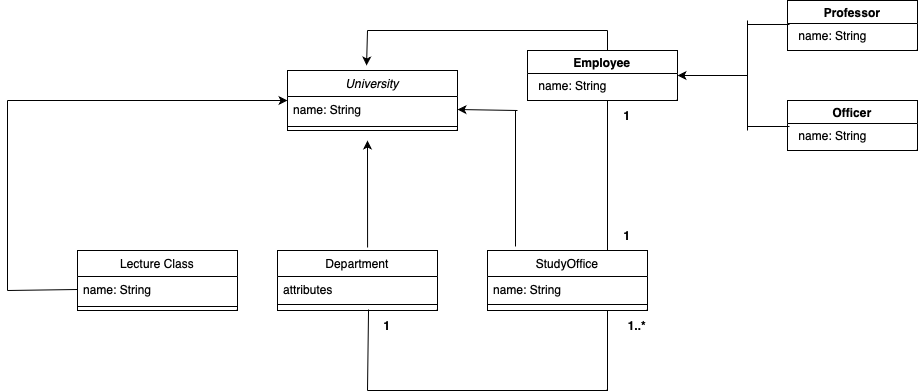
tugceozcakir/Java keeps this draw.io diagram as UniversityManagementSystem.drawio.png. Above is the earlier version. Source tidied: cells renumbered, new cells last; positions are measured from the earlier drawing's top-left corner, leaving out a move shared by most shapes.
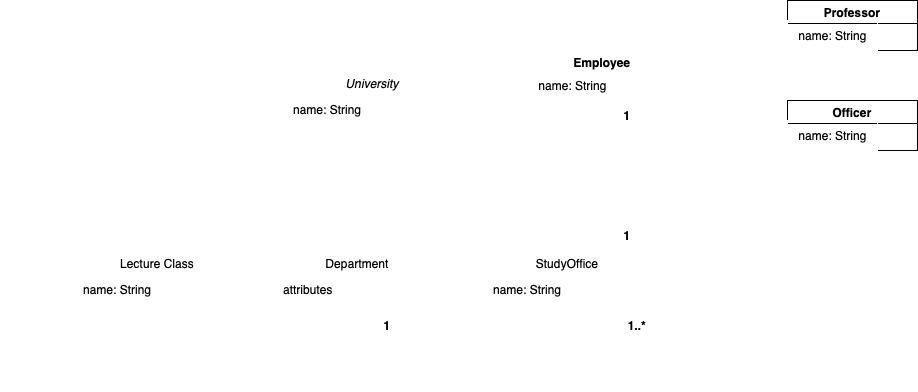
The same file after the commit.

Change to the diagram source:
```diff
@@ -2,54 +2,54 @@
   <root>
     <mxCell id="0" />
     <mxCell id="1" parent="0" />
-    <mxCell id="2" value="University" style="swimlane;fontStyle=2;align=center;verticalAlign=top;horizontal=1;startSize=26;rounded=0;shadow=0;strokeWidth=1;" parent="1" vertex="1">
+    <mxCell id="2" value="University" style="swimlane;fontStyle=2;align=center;verticalAlign=top;horizontal=1;startSize=26;rounded=0;shadow=0;strokeWidth=1;strokeColor=#FFFFFF;" parent="1" vertex="1">
       <mxGeometry x="280" y="70" width="170" height="60" as="geometry" />
     </mxCell>
-    <mxCell id="3" value="name: String" style="text;align=left;verticalAlign=top;spacingLeft=4;spacingRight=4;overflow=hidden;points=[[0,0.5],[1,0.5]];portConstraint=eastwest;" parent="2" vertex="1">
+    <mxCell id="3" value="name: String" style="text;align=left;verticalAlign=top;spacingLeft=4;spacingRight=4;overflow=hidden;points=[[0,0.5],[1,0.5]];portConstraint=eastwest;strokeColor=#FFFFFF;" parent="2" vertex="1">
       <mxGeometry y="26" width="170" height="26" as="geometry" />
     </mxCell>
-    <mxCell id="4" style="line;html=1;strokeWidth=1;align=left;verticalAlign=middle;spacingTop=-1;spacingLeft=3;spacingRight=3;labelPosition=right;" parent="2" vertex="1">
+    <mxCell id="4" style="line;html=1;strokeWidth=1;align=left;verticalAlign=middle;spacingTop=-1;spacingLeft=3;spacingRight=3;labelPosition=right;strokeColor=#FFFFFF;" parent="2" vertex="1">
       <mxGeometry y="52" width="170" height="8" as="geometry" />
     </mxCell>
-    <mxCell id="5" value="Department" style="swimlane;fontStyle=0;align=center;verticalAlign=top;horizontal=1;startSize=26;rounded=0;shadow=0;strokeWidth=1;" parent="1" vertex="1">
+    <mxCell id="5" value="Department" style="swimlane;fontStyle=0;align=center;verticalAlign=top;horizontal=1;startSize=26;rounded=0;shadow=0;strokeWidth=1;strokeColor=#FFFFFF;" parent="1" vertex="1">
       <mxGeometry x="270" y="250" width="160" height="60" as="geometry" />
     </mxCell>
-    <mxCell id="6" value="attributes" style="text;align=left;verticalAlign=top;spacingLeft=4;spacingRight=4;overflow=hidden;" parent="5" vertex="1">
+    <mxCell id="6" value="attributes" style="text;align=left;verticalAlign=top;spacingLeft=4;spacingRight=4;overflow=hidden;strokeColor=#FFFFFF;" parent="5" vertex="1">
       <mxGeometry y="26" width="160" height="24" as="geometry" />
     </mxCell>
-    <mxCell id="7" style="line;html=1;strokeWidth=1;align=left;verticalAlign=middle;spacingTop=-1;spacingLeft=3;spacingRight=3;labelPosition=right;points=[];portConstraint=eastwest;" parent="5" vertex="1">
+    <mxCell id="7" style="line;html=1;strokeWidth=1;align=left;verticalAlign=middle;spacingTop=-1;spacingLeft=3;spacingRight=3;labelPosition=right;points=[];portConstraint=eastwest;strokeColor=#FFFFFF;" parent="5" vertex="1">
       <mxGeometry y="50" width="160" height="8" as="geometry" />
     </mxCell>
-    <mxCell id="8" value="Lecture Class" style="swimlane;fontStyle=0;align=center;verticalAlign=top;horizontal=1;startSize=26;rounded=0;shadow=0;strokeWidth=1;" parent="1" vertex="1">
+    <mxCell id="8" value="Lecture Class" style="swimlane;fontStyle=0;align=center;verticalAlign=top;horizontal=1;startSize=26;rounded=0;shadow=0;strokeWidth=1;strokeColor=#FFFFFF;" parent="1" vertex="1">
       <mxGeometry x="70" y="250" width="160" height="60" as="geometry" />
     </mxCell>
-    <mxCell id="9" value="name: String" style="text;align=left;verticalAlign=top;spacingLeft=4;spacingRight=4;overflow=hidden;points=[[0,0.5],[1,0.5]];portConstraint=eastwest;" parent="8" vertex="1">
+    <mxCell id="9" value="name: String" style="text;align=left;verticalAlign=top;spacingLeft=4;spacingRight=4;overflow=hidden;points=[[0,0.5],[1,0.5]];portConstraint=eastwest;strokeColor=#FFFFFF;" parent="8" vertex="1">
       <mxGeometry y="26" width="160" height="26" as="geometry" />
     </mxCell>
-    <mxCell id="10" style="line;html=1;strokeWidth=1;align=left;verticalAlign=middle;spacingTop=-1;spacingLeft=3;spacingRight=3;labelPosition=right;" parent="8" vertex="1">
+    <mxCell id="10" style="line;html=1;strokeWidth=1;align=left;verticalAlign=middle;spacingTop=-1;spacingLeft=3;spacingRight=3;labelPosition=right;strokeColor=#FFFFFF;" parent="8" vertex="1">
       <mxGeometry y="52" width="160" height="8" as="geometry" />
     </mxCell>
-    <mxCell id="11" value="StudyOffice" style="swimlane;fontStyle=0;align=center;verticalAlign=top;horizontal=1;startSize=26;rounded=0;shadow=0;strokeWidth=1;" parent="1" vertex="1">
+    <mxCell id="11" value="StudyOffice" style="swimlane;fontStyle=0;align=center;verticalAlign=top;horizontal=1;startSize=26;rounded=0;shadow=0;strokeWidth=1;strokeColor=#FFFFFF;" parent="1" vertex="1">
       <mxGeometry x="480" y="250" width="160" height="60" as="geometry" />
     </mxCell>
-    <mxCell id="12" value="name: String" style="text;align=left;verticalAlign=top;spacingLeft=4;spacingRight=4;overflow=hidden;" parent="11" vertex="1">
+    <mxCell id="12" value="name: String" style="text;align=left;verticalAlign=top;spacingLeft=4;spacingRight=4;overflow=hidden;strokeColor=#FFFFFF;" parent="11" vertex="1">
       <mxGeometry y="26" width="160" height="24" as="geometry" />
     </mxCell>
-    <mxCell id="13" style="line;html=1;strokeWidth=1;align=left;verticalAlign=middle;spacingTop=-1;spacingLeft=3;spacingRight=3;labelPosition=right;" parent="11" vertex="1">
+    <mxCell id="13" style="line;html=1;strokeWidth=1;align=left;verticalAlign=middle;spacingTop=-1;spacingLeft=3;spacingRight=3;labelPosition=right;strokeColor=#FFFFFF;" parent="11" vertex="1">
       <mxGeometry y="50" width="160" height="8" as="geometry" />
     </mxCell>
-    <mxCell id="14" style="endArrow=none;html=1;rounded=0;" parent="1" edge="1">
+    <mxCell id="14" style="endArrow=none;html=1;rounded=0;strokeColor=#FFFFFF;" parent="1" edge="1">
       <mxGeometry relative="1" as="geometry">
         <mxPoint x="360" y="390" as="sourcePoint" />
         <mxPoint x="600" y="390" as="targetPoint" />
       </mxGeometry>
     </mxCell>
-    <mxCell id="15" style="endArrow=none;html=1;rounded=0;entryX=0.569;entryY=1.125;entryDx=0;entryDy=0;entryPerimeter=0;" parent="1" edge="1" target="7">
+    <mxCell id="15" style="endArrow=none;html=1;rounded=0;entryX=0.569;entryY=1.125;entryDx=0;entryDy=0;entryPerimeter=0;strokeColor=#FFFFFF;" parent="1" edge="1" target="7">
       <mxGeometry relative="1" as="geometry">
         <mxPoint x="360" y="390" as="sourcePoint" />
       </mxGeometry>
     </mxCell>
-    <mxCell id="16" style="endArrow=none;html=1;rounded=0;exitX=0.75;exitY=1;exitDx=0;exitDy=0;" parent="1" edge="1" source="11">
+    <mxCell id="16" style="endArrow=none;html=1;rounded=0;exitX=0.75;exitY=1;exitDx=0;exitDy=0;strokeColor=#FFFFFF;" parent="1" edge="1" source="11">
       <mxGeometry relative="1" as="geometry">
         <mxPoint x="500" y="390" as="targetPoint" />
         <Array as="points">
@@ -57,61 +57,61 @@
         </Array>
       </mxGeometry>
     </mxCell>
-    <mxCell id="17" style="endArrow=classic;html=1;rounded=0;exitX=0.563;exitY=-0.05;exitDx=0;exitDy=0;exitPerimeter=0;" parent="1" edge="1" source="5">
+    <mxCell id="17" style="endArrow=classic;html=1;rounded=0;exitX=0.563;exitY=-0.05;exitDx=0;exitDy=0;exitPerimeter=0;strokeColor=#FFFFFF;" parent="1" edge="1" source="5">
       <mxGeometry relative="1" as="geometry">
         <mxPoint x="360" y="140" as="targetPoint" />
       </mxGeometry>
     </mxCell>
-    <mxCell id="18" style="endArrow=none;html=1;rounded=0;exitX=0;exitY=0.5;exitDx=0;exitDy=0;" parent="1" edge="1" source="9">
+    <mxCell id="18" style="endArrow=none;html=1;rounded=0;exitX=0;exitY=0.5;exitDx=0;exitDy=0;strokeColor=#FFFFFF;" parent="1" edge="1" source="9">
       <mxGeometry relative="1" as="geometry">
         <mxPoint y="290" as="targetPoint" />
       </mxGeometry>
     </mxCell>
-    <mxCell id="19" style="endArrow=classic;html=1;rounded=0;entryX=0;entryY=0.5;entryDx=0;entryDy=0;" parent="1" edge="1" target="2">
+    <mxCell id="19" style="endArrow=classic;html=1;rounded=0;entryX=0;entryY=0.5;entryDx=0;entryDy=0;strokeColor=#FFFFFF;" parent="1" edge="1" target="2">
       <mxGeometry relative="1" as="geometry">
         <mxPoint y="100" as="sourcePoint" />
       </mxGeometry>
     </mxCell>
-    <mxCell id="20" style="endArrow=none;html=1;rounded=0;" parent="1" edge="1">
+    <mxCell id="20" style="endArrow=none;html=1;rounded=0;strokeColor=#FFFFFF;" parent="1" edge="1">
       <mxGeometry relative="1" as="geometry">
         <mxPoint y="290" as="sourcePoint" />
         <mxPoint y="100" as="targetPoint" />
       </mxGeometry>
     </mxCell>
-    <mxCell id="21" style="endArrow=none;html=1;rounded=0;exitX=0.175;exitY=-0.067;exitDx=0;exitDy=0;exitPerimeter=0;" parent="1" edge="1" source="11">
+    <mxCell id="21" style="endArrow=none;html=1;rounded=0;exitX=0.175;exitY=-0.067;exitDx=0;exitDy=0;exitPerimeter=0;strokeColor=#FFFFFF;" parent="1" edge="1" source="11">
       <mxGeometry relative="1" as="geometry">
         <mxPoint x="508" y="110" as="targetPoint" />
       </mxGeometry>
     </mxCell>
-    <mxCell id="22" style="endArrow=classic;html=1;rounded=0;entryX=1;entryY=0.5;entryDx=0;entryDy=0;" parent="1" edge="1" target="3">
+    <mxCell id="22" style="endArrow=classic;html=1;rounded=0;entryX=1;entryY=0.5;entryDx=0;entryDy=0;strokeColor=#FFFFFF;" parent="1" edge="1" target="3">
       <mxGeometry relative="1" as="geometry">
         <mxPoint x="510" y="110" as="sourcePoint" />
       </mxGeometry>
     </mxCell>
-    <mxCell id="23" style="endArrow=none;html=1;rounded=0;exitX=0.75;exitY=0;exitDx=0;exitDy=0;" parent="1" edge="1" source="11">
+    <mxCell id="23" style="endArrow=none;html=1;rounded=0;exitX=0.75;exitY=0;exitDx=0;exitDy=0;strokeColor=#FFFFFF;" parent="1" edge="1" source="11">
       <mxGeometry relative="1" as="geometry">
         <mxPoint x="600" y="100" as="targetPoint" />
       </mxGeometry>
     </mxCell>
-    <mxCell id="24" value="Employee" style="swimlane;whiteSpace=wrap;html=1;" parent="1" vertex="1">
+    <mxCell id="24" value="Employee" style="swimlane;whiteSpace=wrap;html=1;strokeColor=#FFFFFF;" parent="1" vertex="1">
       <mxGeometry x="520" y="50" width="150" height="50" as="geometry" />
     </mxCell>
-    <mxCell id="25" value="name: String" style="text;html=1;align=center;verticalAlign=middle;strokeColor=none;fillColor=none;" parent="24" vertex="1">
+    <mxCell id="25" value="name: String" style="text;html=1;align=center;verticalAlign=middle;strokeColor=#FFFFFF;fillColor=none;" parent="24" vertex="1">
       <mxGeometry y="20" width="90" height="30" as="geometry" />
     </mxCell>
-    <mxCell id="26" style="endArrow=none;html=1;rounded=0;" parent="1" edge="1">
+    <mxCell id="26" style="endArrow=none;html=1;rounded=0;strokeColor=#FFFFFF;" parent="1" edge="1">
       <mxGeometry relative="1" as="geometry">
         <mxPoint x="600" y="50" as="sourcePoint" />
         <mxPoint x="600" y="30" as="targetPoint" />
       </mxGeometry>
     </mxCell>
-    <mxCell id="27" style="endArrow=none;html=1;rounded=0;" parent="1" edge="1">
+    <mxCell id="27" style="endArrow=none;html=1;rounded=0;strokeColor=#FFFFFF;" parent="1" edge="1">
       <mxGeometry relative="1" as="geometry">
         <mxPoint x="360" y="30" as="sourcePoint" />
         <mxPoint x="600" y="30" as="targetPoint" />
       </mxGeometry>
     </mxCell>
-    <mxCell id="28" style="endArrow=classic;html=1;rounded=0;entryX=0.465;entryY=-0.083;entryDx=0;entryDy=0;entryPerimeter=0;" parent="1" edge="1" target="2">
+    <mxCell id="28" style="endArrow=classic;html=1;rounded=0;entryX=0.465;entryY=-0.083;entryDx=0;entryDy=0;entryPerimeter=0;strokeColor=#FFFFFF;" parent="1" edge="1" target="2">
       <mxGeometry relative="1" as="geometry">
         <mxPoint x="360" y="30" as="sourcePoint" />
       </mxGeometry>
@@ -119,46 +119,46 @@
     <mxCell id="29" value="Professor" style="swimlane;whiteSpace=wrap;html=1;" parent="1" vertex="1">
       <mxGeometry x="780" width="130" height="50" as="geometry" />
     </mxCell>
-    <mxCell id="30" value="name: String" style="text;html=1;align=center;verticalAlign=middle;points=[];strokeColor=none;fillColor=none;" parent="29" vertex="1">
+    <mxCell id="30" value="name: String" style="text;html=1;align=center;verticalAlign=middle;points=[];strokeColor=#FFFFFF;fillColor=none;" parent="29" vertex="1">
       <mxGeometry y="20" width="90" height="30" as="geometry" />
     </mxCell>
     <mxCell id="31" value="Officer" style="swimlane;whiteSpace=wrap;html=1;" parent="1" vertex="1">
       <mxGeometry x="780" y="100" width="130" height="50" as="geometry" />
     </mxCell>
-    <mxCell id="32" value="name: String" style="text;html=1;align=center;verticalAlign=middle;points=[];strokeColor=none;fillColor=none;" parent="31" vertex="1">
+    <mxCell id="32" value="name: String" style="text;html=1;align=center;verticalAlign=middle;points=[];strokeColor=#FFFFFF;fillColor=none;" parent="31" vertex="1">
       <mxGeometry y="20" width="90" height="30" as="geometry" />
     </mxCell>
-    <mxCell id="33" style="endArrow=none;html=1;rounded=0;entryX=0.022;entryY=0.133;entryDx=0;entryDy=0;entryPerimeter=0;" parent="1" edge="1" target="30">
+    <mxCell id="33" style="endArrow=none;html=1;rounded=0;entryX=0.022;entryY=0.133;entryDx=0;entryDy=0;entryPerimeter=0;strokeColor=#FFFFFF;" parent="1" edge="1" target="30">
       <mxGeometry relative="1" as="geometry">
         <mxPoint x="740" y="24" as="sourcePoint" />
       </mxGeometry>
     </mxCell>
-    <mxCell id="34" style="endArrow=none;html=1;rounded=0;entryX=0.022;entryY=0.2;entryDx=0;entryDy=0;entryPerimeter=0;" parent="1" edge="1" target="32">
+    <mxCell id="34" style="endArrow=none;html=1;rounded=0;entryX=0.022;entryY=0.2;entryDx=0;entryDy=0;entryPerimeter=0;strokeColor=#FFFFFF;" parent="1" edge="1" target="32">
       <mxGeometry relative="1" as="geometry">
         <mxPoint x="740" y="126" as="sourcePoint" />
       </mxGeometry>
     </mxCell>
-    <mxCell id="35" style="endArrow=none;html=1;rounded=0;" parent="1" edge="1">
+    <mxCell id="35" style="endArrow=none;html=1;rounded=0;strokeColor=#FFFFFF;" parent="1" edge="1">
       <mxGeometry relative="1" as="geometry">
         <mxPoint x="740" y="130" as="sourcePoint" />
         <mxPoint x="740" y="20" as="targetPoint" />
       </mxGeometry>
     </mxCell>
-    <mxCell id="36" style="endArrow=classic;html=1;rounded=0;entryX=1;entryY=0.5;entryDx=0;entryDy=0;" parent="1" edge="1" target="24">
+    <mxCell id="36" style="endArrow=classic;html=1;rounded=0;entryX=1;entryY=0.5;entryDx=0;entryDy=0;strokeColor=#FFFFFF;" parent="1" edge="1" target="24">
       <mxGeometry relative="1" as="geometry">
         <mxPoint x="740" y="75" as="sourcePoint" />
       </mxGeometry>
     </mxCell>
-    <mxCell id="37" value="&lt;b&gt;1&lt;/b&gt;" style="text;html=1;strokeColor=none;fillColor=none;align=center;verticalAlign=middle;whiteSpace=wrap;rounded=0;" parent="1" vertex="1">
+    <mxCell id="37" value="&lt;b&gt;1&lt;/b&gt;" style="text;html=1;strokeColor=#FFFFFF;fillColor=none;align=center;verticalAlign=middle;whiteSpace=wrap;rounded=0;" parent="1" vertex="1">
       <mxGeometry x="350" y="310" width="60" height="30" as="geometry" />
     </mxCell>
-    <mxCell id="38" value="&lt;b&gt;1..*&lt;/b&gt;" style="text;html=1;strokeColor=none;fillColor=none;align=center;verticalAlign=middle;whiteSpace=wrap;rounded=0;" parent="1" vertex="1">
+    <mxCell id="38" value="&lt;b&gt;1..*&lt;/b&gt;" style="text;html=1;strokeColor=#FFFFFF;fillColor=none;align=center;verticalAlign=middle;whiteSpace=wrap;rounded=0;" parent="1" vertex="1">
       <mxGeometry x="600" y="310" width="60" height="30" as="geometry" />
     </mxCell>
-    <mxCell id="39" value="&lt;b&gt;1&lt;/b&gt;" style="text;html=1;strokeColor=none;fillColor=none;align=center;verticalAlign=middle;whiteSpace=wrap;rounded=0;" parent="1" vertex="1">
+    <mxCell id="39" value="&lt;b&gt;1&lt;/b&gt;" style="text;html=1;strokeColor=#FFFFFF;fillColor=none;align=center;verticalAlign=middle;whiteSpace=wrap;rounded=0;" parent="1" vertex="1">
       <mxGeometry x="590" y="100" width="60" height="30" as="geometry" />
     </mxCell>
-    <mxCell id="40" value="&lt;b&gt;1&lt;/b&gt;" style="text;html=1;strokeColor=none;fillColor=none;align=center;verticalAlign=middle;whiteSpace=wrap;rounded=0;" parent="1" vertex="1">
+    <mxCell id="40" value="&lt;b&gt;1&lt;/b&gt;" style="text;html=1;strokeColor=#FFFFFF;fillColor=none;align=center;verticalAlign=middle;whiteSpace=wrap;rounded=0;" parent="1" vertex="1">
       <mxGeometry x="590" y="220" width="60" height="30" as="geometry" />
     </mxCell>
   </root>
```
